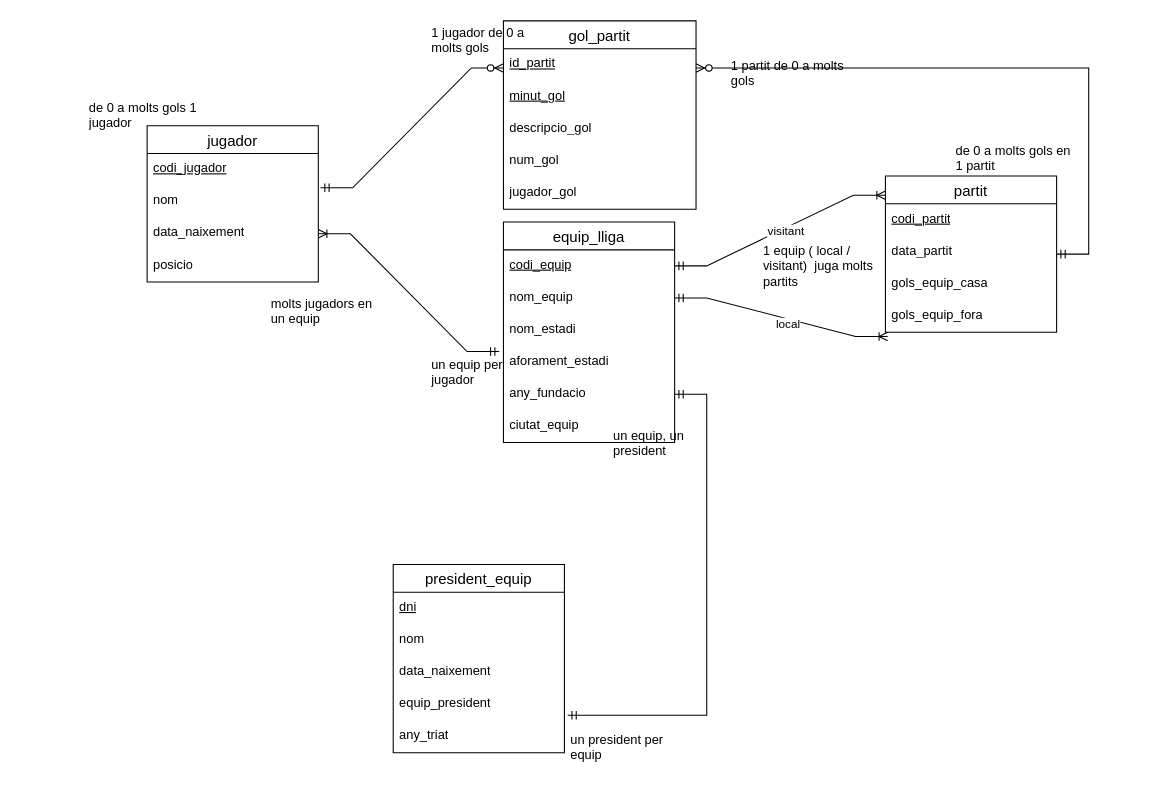
victor06-git/Progam_with_Victor keeps this draw.io diagram as M02_RA2_PT1(1).drawio. Above is the earlier version. Source tidied: cells renumbered, new cells numbered last; positions are measured from the earlier drawing's top-left corner, leaving out a move shared by most shapes. Both pictures are drawn from the tidied source at 107%, with x=0, y=0 at pixel (82, 18).
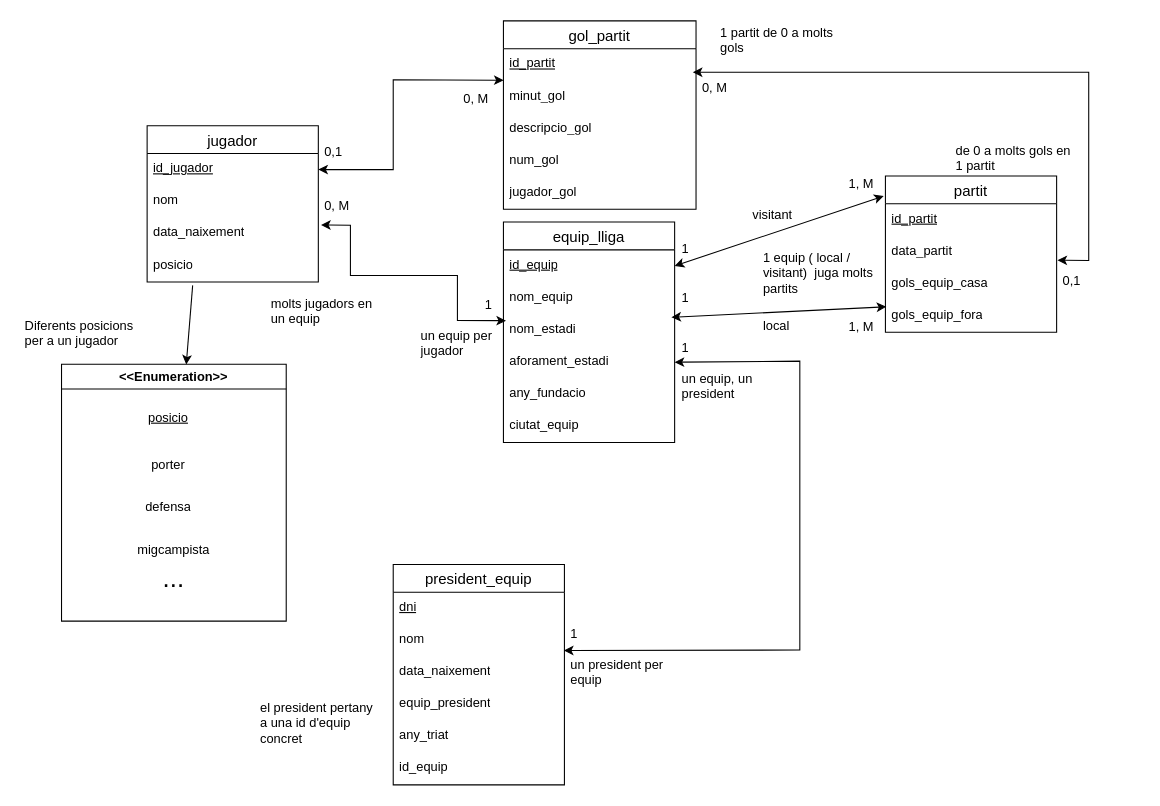
After the change.

The change refers to these unchanged cells:
```xml
<mxCell id="2" value="jugador" style="swimlane;fontStyle=0;horizontal=1;startSize=26;align=center;fontSize=14;" parent="1" vertex="1">
  <mxGeometry x="60" y="100" width="160" height="146" as="geometry" />
</mxCell>
<mxCell id="4" value="nom" style="text;strokeColor=none;fillColor=none;spacingLeft=4;spacingRight=4;overflow=hidden;points=[[0,0.5],[1,0.5]];portConstraint=eastwest;fontSize=12;whiteSpace=wrap;html=1;" parent="2" vertex="1">
  <mxGeometry y="56" width="160" height="30" as="geometry" />
</mxCell>
<mxCell id="5" value="data_naixement" style="text;strokeColor=none;fillColor=none;spacingLeft=4;spacingRight=4;overflow=hidden;points=[[0,0.5],[1,0.5]];portConstraint=eastwest;fontSize=12;whiteSpace=wrap;html=1;" parent="2" vertex="1">
  <mxGeometry y="86" width="160" height="30" as="geometry" />
</mxCell>
<mxCell id="6" value="posicio" style="text;strokeColor=none;fillColor=none;spacingLeft=4;spacingRight=4;overflow=hidden;points=[[0,0.5],[1,0.5]];portConstraint=eastwest;fontSize=12;whiteSpace=wrap;html=1;" parent="2" vertex="1">
  <mxGeometry y="116" width="160" height="30" as="geometry" />
</mxCell>
<mxCell id="7" value="equip_lliga" style="swimlane;fontStyle=0;horizontal=1;startSize=26;align=center;fontSize=14;" parent="1" vertex="1">
  <mxGeometry x="393" y="190" width="160" height="206" as="geometry" />
</mxCell>
<mxCell id="9" value="nom_equip" style="text;strokeColor=none;fillColor=none;spacingLeft=4;spacingRight=4;overflow=hidden;points=[[0,0.5],[1,0.5]];portConstraint=eastwest;fontSize=12;whiteSpace=wrap;html=1;" parent="7" vertex="1">
  <mxGeometry y="56" width="160" height="30" as="geometry" />
</mxCell>
<mxCell id="10" value="nom_estadi" style="text;strokeColor=none;fillColor=none;spacingLeft=4;spacingRight=4;overflow=hidden;points=[[0,0.5],[1,0.5]];portConstraint=eastwest;fontSize=12;whiteSpace=wrap;html=1;" parent="7" vertex="1">
  <mxGeometry y="86" width="160" height="30" as="geometry" />
</mxCell>
<mxCell id="11" value="aforament_estadi" style="text;strokeColor=none;fillColor=none;spacingLeft=4;spacingRight=4;overflow=hidden;points=[[0,0.5],[1,0.5]];portConstraint=eastwest;fontSize=12;whiteSpace=wrap;html=1;" parent="7" vertex="1">
  <mxGeometry y="116" width="160" height="30" as="geometry" />
</mxCell>
<mxCell id="12" value="any_fundacio" style="text;strokeColor=none;fillColor=none;spacingLeft=4;spacingRight=4;overflow=hidden;points=[[0,0.5],[1,0.5]];portConstraint=eastwest;fontSize=12;whiteSpace=wrap;html=1;" parent="7" vertex="1">
  <mxGeometry y="146" width="160" height="30" as="geometry" />
</mxCell>
<mxCell id="14" value="partit" style="swimlane;fontStyle=0;horizontal=1;startSize=26;align=center;fontSize=14;" parent="1" vertex="1">
  <mxGeometry x="750" y="147" width="160" height="146" as="geometry" />
</mxCell>
<mxCell id="16" value="data_partit" style="text;strokeColor=none;fillColor=none;spacingLeft=4;spacingRight=4;overflow=hidden;points=[[0,0.5],[1,0.5]];portConstraint=eastwest;fontSize=12;whiteSpace=wrap;html=1;" parent="14" vertex="1">
  <mxGeometry y="56" width="160" height="30" as="geometry" />
</mxCell>
<mxCell id="18" value="gols_equip_fora" style="text;strokeColor=none;fillColor=none;spacingLeft=4;spacingRight=4;overflow=hidden;points=[[0,0.5],[1,0.5]];portConstraint=eastwest;fontSize=12;whiteSpace=wrap;html=1;" parent="14" vertex="1">
  <mxGeometry y="116" width="160" height="30" as="geometry" />
</mxCell>
<mxCell id="19" value="gol_partit" style="swimlane;fontStyle=0;horizontal=1;startSize=26;align=center;fontSize=14;" parent="1" vertex="1">
  <mxGeometry x="393" y="2" width="180" height="176" as="geometry" />
</mxCell>
<mxCell id="27" value="nom" style="text;strokeColor=none;fillColor=none;spacingLeft=4;spacingRight=4;overflow=hidden;points=[[0,0.5],[1,0.5]];portConstraint=eastwest;fontSize=12;whiteSpace=wrap;html=1;" parent="25" vertex="1">
  <mxGeometry y="56" width="160" height="30" as="geometry" />
</mxCell>
<mxCell id="29" value="equip_president&lt;div&gt;&lt;br&gt;&lt;/div&gt;" style="text;strokeColor=none;fillColor=none;spacingLeft=4;spacingRight=4;overflow=hidden;points=[[0,0.5],[1,0.5]];portConstraint=eastwest;fontSize=12;whiteSpace=wrap;html=1;" parent="25" vertex="1">
  <mxGeometry y="116" width="160" height="30" as="geometry" />
</mxCell>
```

Diff of the diagram source:
```diff
@@
-    <mxCell id="3" value="&lt;u&gt;codi_jugador&lt;/u&gt;" style="text;strokeColor=none;fillColor=none;spacingLeft=4;spacingRight=4;overflow=hidden;points=[[0,0.5],[1,0.5]];portConstraint=eastwest;fontSize=12;whiteSpace=wrap;html=1;" parent="2" vertex="1">
+    <mxCell id="3" value="&lt;u&gt;id_jugador&lt;/u&gt;" style="text;strokeColor=none;fillColor=none;spacingLeft=4;spacingRight=4;overflow=hidden;points=[[0,0.5],[1,0.5]];portConstraint=eastwest;fontSize=12;whiteSpace=wrap;html=1;" parent="2" vertex="1">
       <mxGeometry y="26" width="160" height="30" as="geometry" />
     </mxCell>
@@
-    <mxCell id="8" value="&lt;u&gt;codi_equip&lt;/u&gt;" style="text;strokeColor=none;fillColor=none;spacingLeft=4;spacingRight=4;overflow=hidden;points=[[0,0.5],[1,0.5]];portConstraint=eastwest;fontSize=12;whiteSpace=wrap;html=1;" parent="7" vertex="1">
+    <mxCell id="8" value="&lt;u&gt;id_equip&lt;/u&gt;" style="text;strokeColor=none;fillColor=none;spacingLeft=4;spacingRight=4;overflow=hidden;points=[[0,0.5],[1,0.5]];portConstraint=eastwest;fontSize=12;whiteSpace=wrap;html=1;" parent="7" vertex="1">
       <mxGeometry y="26" width="160" height="30" as="geometry" />
     </mxCell>
@@
-    <mxCell id="15" value="&lt;u&gt;codi_partit&lt;/u&gt;" style="text;strokeColor=none;fillColor=none;spacingLeft=4;spacingRight=4;overflow=hidden;fontSize=12;whiteSpace=wrap;html=1;" parent="14" vertex="1">
+    <mxCell id="15" value="&lt;u&gt;id_partit&lt;/u&gt;" style="text;strokeColor=none;fillColor=none;spacingLeft=4;spacingRight=4;overflow=hidden;fontSize=12;whiteSpace=wrap;html=1;" parent="14" vertex="1">
       <mxGeometry y="26" width="160" height="30" as="geometry" />
     </mxCell>
@@
-    <mxCell id="21" value="&lt;u&gt;minut_gol&lt;/u&gt;" style="text;strokeColor=none;fillColor=none;spacingLeft=4;spacingRight=4;overflow=hidden;points=[[0,0.5],[1,0.5]];portConstraint=eastwest;fontSize=12;whiteSpace=wrap;html=1;" parent="19" vertex="1">
+    <mxCell id="21" value="minut_gol" style="text;strokeColor=none;fillColor=none;spacingLeft=4;spacingRight=4;overflow=hidden;points=[[0,0.5],[1,0.5]];portConstraint=eastwest;fontSize=12;whiteSpace=wrap;html=1;" parent="19" vertex="1">
       <mxGeometry y="56" width="180" height="30" as="geometry" />
     </mxCell>
@@
     <mxCell id="25" value="president_equip" style="swimlane;fontStyle=0;horizontal=1;startSize=26;align=center;fontSize=14;" parent="1" vertex="1">
-      <mxGeometry x="290" y="510" width="160" height="176" as="geometry" />
+      <mxGeometry x="290" y="510" width="160" height="206" as="geometry" />
     </mxCell>
@@
-    <mxCell id="31" style="edgeStyle=entityRelationEdgeStyle;fontSize=12;html=1;endArrow=ERoneToMany;startArrow=ERmandOne;rounded=0;exitX=-0.025;exitY=0.167;exitDx=0;exitDy=0;entryX=1;entryY=0.5;entryDx=0;entryDy=0;exitPerimeter=0;" parent="1" edge="1" source="11" target="5">
-      <mxGeometry relative="1" as="geometry" />
-    </mxCell>
-    <mxCell id="32" style="edgeStyle=entityRelationEdgeStyle;fontSize=12;html=1;endArrow=ERmandOne;startArrow=ERmandOne;rounded=0;entryX=1.019;entryY=0.833;entryDx=0;entryDy=0;entryPerimeter=0;" parent="1" edge="1" source="12" target="29">
-      <mxGeometry relative="1" as="geometry">
-        <Array as="points">
-          <mxPoint x="610" y="420" />
-          <mxPoint x="600" y="540" />
-          <mxPoint x="330" y="420" />
-          <mxPoint x="260" y="450" />
-        </Array>
-      </mxGeometry>
-    </mxCell>
+    <mxCell id="48" value="&lt;div&gt;id_equip&lt;/div&gt;" style="text;strokeColor=none;fillColor=none;spacingLeft=4;spacingRight=4;overflow=hidden;fontSize=12;whiteSpace=wrap;html=1;" parent="25" vertex="1">
+      <mxGeometry y="176" width="160" height="30" as="geometry" />
+    </mxCell>
@@
     <mxCell id="34" value="un equip per jugador" style="text;strokeColor=none;fillColor=none;spacingLeft=4;spacingRight=4;overflow=hidden;fontSize=12;whiteSpace=wrap;html=1;" parent="1" vertex="1">
-      <mxGeometry x="320" y="310" width="120" height="40" as="geometry" />
+      <mxGeometry x="310" y="283" width="120" height="40" as="geometry" />
     </mxCell>
     <mxCell id="35" value="un president per equip" style="text;strokeColor=none;fillColor=none;spacingLeft=4;spacingRight=4;overflow=hidden;fontSize=12;whiteSpace=wrap;html=1;" parent="1" vertex="1">
-      <mxGeometry x="450" y="660" width="120" height="40" as="geometry" />
+      <mxGeometry x="450" y="590" width="120" height="40" as="geometry" />
     </mxCell>
     <mxCell id="36" value="un equip, un president" style="text;strokeColor=none;fillColor=none;spacingLeft=4;spacingRight=4;overflow=hidden;fontSize=12;whiteSpace=wrap;html=1;" parent="1" vertex="1">
-      <mxGeometry x="490" y="376" width="120" height="40" as="geometry" />
+      <mxGeometry x="554" y="323" width="120" height="40" as="geometry" />
     </mxCell>
-    <mxCell id="37" style="edgeStyle=entityRelationEdgeStyle;fontSize=12;html=1;endArrow=ERzeroToMany;startArrow=ERmandOne;rounded=0;exitX=1.013;exitY=0.067;exitDx=0;exitDy=0;exitPerimeter=0;entryX=0;entryY=0.25;entryDx=0;entryDy=0;" parent="1" edge="1" source="4" target="19">
-      <mxGeometry relative="1" as="geometry" />
-    </mxCell>
+    <mxCell id="42" value="1 equip ( local / visitant)&amp;nbsp; juga molts partits" style="text;strokeColor=none;fillColor=none;spacingLeft=4;spacingRight=4;overflow=hidden;fontSize=12;whiteSpace=wrap;html=1;" parent="1" vertex="1">
+      <mxGeometry x="630" y="210" width="120" height="50" as="geometry" />
+    </mxCell>
+    <mxCell id="44" value="1 partit de 0 a molts gols" style="text;strokeColor=none;fillColor=none;spacingLeft=4;spacingRight=4;overflow=hidden;fontSize=12;whiteSpace=wrap;html=1;" parent="1" vertex="1">
+      <mxGeometry x="590" width="120" height="50" as="geometry" />
+    </mxCell>
+    <mxCell id="45" value="de 0 a molts gols en 1 partit" style="text;strokeColor=none;fillColor=none;spacingLeft=4;spacingRight=4;overflow=hidden;fontSize=12;whiteSpace=wrap;html=1;" parent="1" vertex="1">
+      <mxGeometry x="810" y="110" width="120" height="50" as="geometry" />
+    </mxCell>
+    <mxCell id="49" style="endArrow=classic;startArrow=classic;html=1;rounded=0;exitX=1;exitY=0.5;exitDx=0;exitDy=0;entryX=0.001;entryY=-0.018;entryDx=0;entryDy=0;entryPerimeter=0;" parent="1" edge="1" source="3" target="21">
+      <mxGeometry relative="1" as="geometry">
+        <Array as="points">
+          <mxPoint x="290" y="141" />
+          <mxPoint x="290" y="57" />
+        </Array>
+      </mxGeometry>
+    </mxCell>
+    <mxCell id="50" value="0,1" style="text;strokeColor=none;fillColor=none;align=left;verticalAlign=middle;spacingLeft=4;spacingRight=4;overflow=hidden;whiteSpace=wrap;html=1;" parent="1" vertex="1">
+      <mxGeometry x="220" y="110" width="80" height="30" as="geometry" />
+    </mxCell>
+    <mxCell id="51" value="0, M" style="text;strokeColor=none;fillColor=none;align=left;verticalAlign=middle;spacingLeft=4;spacingRight=4;overflow=hidden;whiteSpace=wrap;html=1;" parent="1" vertex="1">
+      <mxGeometry x="350" y="60" width="80" height="30" as="geometry" />
+    </mxCell>
+    <mxCell id="52" style="endArrow=classic;startArrow=classic;html=1;rounded=0;exitX=1.016;exitY=0.225;exitDx=0;exitDy=0;exitPerimeter=0;entryX=0.015;entryY=0.206;entryDx=0;entryDy=0;entryPerimeter=0;" parent="1" edge="1" source="5" target="10">
+      <mxGeometry relative="1" as="geometry">
+        <Array as="points">
+          <mxPoint x="250" y="193" />
+          <mxPoint x="250" y="240" />
+          <mxPoint x="350" y="240" />
+          <mxPoint x="350" y="282" />
+        </Array>
+      </mxGeometry>
+    </mxCell>
+    <mxCell id="53" value="0, M" style="text;strokeColor=none;fillColor=none;align=left;verticalAlign=middle;spacingLeft=4;spacingRight=4;overflow=hidden;whiteSpace=wrap;html=1;" parent="1" vertex="1">
+      <mxGeometry x="220" y="160" width="80" height="30" as="geometry" />
+    </mxCell>
+    <mxCell id="54" value="1" style="text;strokeColor=none;fillColor=none;align=left;verticalAlign=middle;spacingLeft=4;spacingRight=4;overflow=hidden;whiteSpace=wrap;html=1;" parent="1" vertex="1">
+      <mxGeometry x="370" y="253" width="80" height="30" as="geometry" />
+    </mxCell>
+    <mxCell id="55" style="endArrow=classic;startArrow=classic;html=1;rounded=0;exitX=0.997;exitY=0.814;exitDx=0;exitDy=0;exitPerimeter=0;entryX=1;entryY=0.5;entryDx=0;entryDy=0;" parent="1" edge="1" source="27" target="11">
+      <mxGeometry relative="1" as="geometry">
+        <Array as="points">
+          <mxPoint x="670" y="590" />
+          <mxPoint x="670" y="320" />
+        </Array>
+      </mxGeometry>
+    </mxCell>
+    <mxCell id="56" value="1" style="text;strokeColor=none;fillColor=none;align=left;verticalAlign=middle;spacingLeft=4;spacingRight=4;overflow=hidden;whiteSpace=wrap;html=1;" parent="1" vertex="1">
+      <mxGeometry x="554" y="293" width="80" height="30" as="geometry" />
+    </mxCell>
+    <mxCell id="57" value="1" style="text;strokeColor=none;fillColor=none;align=left;verticalAlign=middle;spacingLeft=4;spacingRight=4;overflow=hidden;whiteSpace=wrap;html=1;" parent="1" vertex="1">
+      <mxGeometry x="450" y="560" width="80" height="30" as="geometry" />
+    </mxCell>
+    <mxCell id="58" style="endArrow=classic;startArrow=classic;html=1;rounded=0;entryX=1.005;entryY=0.757;entryDx=0;entryDy=0;entryPerimeter=0;" parent="1" edge="1" target="16">
+      <mxGeometry relative="1" as="geometry">
+        <mxPoint x="570" y="50" as="sourcePoint" />
+        <Array as="points">
+          <mxPoint x="940" y="50" />
+          <mxPoint x="940" y="226" />
+        </Array>
+      </mxGeometry>
+    </mxCell>
+    <mxCell id="59" value="0, M" style="text;strokeColor=none;fillColor=none;align=left;verticalAlign=middle;spacingLeft=4;spacingRight=4;overflow=hidden;whiteSpace=wrap;html=1;" parent="1" vertex="1">
+      <mxGeometry x="573" y="50" width="80" height="30" as="geometry" />
+    </mxCell>
+    <mxCell id="60" value="0,1" style="text;strokeColor=none;fillColor=none;align=left;verticalAlign=middle;spacingLeft=4;spacingRight=4;overflow=hidden;whiteSpace=wrap;html=1;" parent="1" vertex="1">
+      <mxGeometry x="910" y="230" width="80" height="30" as="geometry" />
+    </mxCell>
-    <mxCell id="38" style="edgeStyle=entityRelationEdgeStyle;fontSize=12;html=1;endArrow=ERoneToMany;startArrow=ERmandOne;rounded=0;entryX=0;entryY=0.123;entryDx=0;entryDy=0;entryPerimeter=0;" parent="1" edge="1" source="8" target="14">
+    <mxCell id="38" style="endArrow=classic;startArrow=classic;html=1;rounded=0;exitX=1;exitY=0.5;exitDx=0;exitDy=0;entryX=-0.01;entryY=0.128;entryDx=0;entryDy=0;entryPerimeter=0;" parent="1" edge="1" source="8" target="14">
       <mxGeometry relative="1" as="geometry" />
     </mxCell>
-    <mxCell id="39" value="visitant" style="edgeLabel;html=1;align=center;verticalAlign=middle;" parent="38" vertex="1">
-      <mxGeometry x="0.05" y="-3" relative="1" as="geometry">
-        <mxPoint x="-1" as="offset" />
-      </mxGeometry>
+    <mxCell id="39" value="visitant" style="text;strokeColor=none;fillColor=none;spacingLeft=4;spacingRight=4;overflow=hidden;fontSize=12;whiteSpace=wrap;html=1;" parent="1" vertex="1">
+      <mxGeometry x="620" y="170" width="120" height="50" as="geometry" />
     </mxCell>
-    <mxCell id="40" style="edgeStyle=entityRelationEdgeStyle;fontSize=12;html=1;endArrow=ERoneToMany;startArrow=ERmandOne;rounded=0;entryX=0.013;entryY=1.133;entryDx=0;entryDy=0;entryPerimeter=0;" parent="1" edge="1" source="9" target="18">
-      <mxGeometry relative="1" as="geometry" />
-    </mxCell>
+    <mxCell id="61" value="1" style="text;strokeColor=none;fillColor=none;align=left;verticalAlign=middle;spacingLeft=4;spacingRight=4;overflow=hidden;whiteSpace=wrap;html=1;" parent="1" vertex="1">
+      <mxGeometry x="554" y="200" width="80" height="30" as="geometry" />
+    </mxCell>
+    <mxCell id="62" value="1, M" style="text;strokeColor=none;fillColor=none;align=left;verticalAlign=middle;spacingLeft=4;spacingRight=4;overflow=hidden;whiteSpace=wrap;html=1;" parent="1" vertex="1">
+      <mxGeometry x="710" y="140" width="80" height="30" as="geometry" />
+    </mxCell>
+    <mxCell id="63" style="endArrow=classic;startArrow=classic;html=1;rounded=0;entryX=0.005;entryY=0.208;entryDx=0;entryDy=0;entryPerimeter=0;" parent="1" edge="1" target="18">
+      <mxGeometry relative="1" as="geometry">
+        <mxPoint x="550" y="279" as="sourcePoint" />
+      </mxGeometry>
+    </mxCell>
-    <mxCell id="41" value="local" style="edgeLabel;html=1;align=center;verticalAlign=middle;" parent="40" vertex="1">
-      <mxGeometry x="0.07" y="-5" relative="1" as="geometry" />
+    <mxCell id="41" value="local" style="text;strokeColor=none;fillColor=none;spacingLeft=4;spacingRight=4;overflow=hidden;fontSize=12;whiteSpace=wrap;html=1;" parent="1" vertex="1">
+      <mxGeometry x="630" y="273" width="120" height="50" as="geometry" />
     </mxCell>
-    <mxCell id="42" value="1 equip ( local / visitant)&amp;nbsp; juga molts partits" style="text;strokeColor=none;fillColor=none;spacingLeft=4;spacingRight=4;overflow=hidden;fontSize=12;whiteSpace=wrap;html=1;" parent="1" vertex="1">
-      <mxGeometry x="630" y="203" width="120" height="50" as="geometry" />
-    </mxCell>
-    <mxCell id="43" style="edgeStyle=entityRelationEdgeStyle;fontSize=12;html=1;endArrow=ERzeroToMany;startArrow=ERmandOne;rounded=0;entryX=1;entryY=0.25;entryDx=0;entryDy=0;" parent="1" edge="1" target="19">
-      <mxGeometry relative="1" as="geometry">
-        <mxPoint x="910" y="220" as="sourcePoint" />
-        <Array as="points">
-          <mxPoint x="780" y="70" />
-          <mxPoint x="790" y="30" />
-        </Array>
-      </mxGeometry>
-    </mxCell>
-    <mxCell id="44" value="1 partit de 0 a molts gols" style="text;strokeColor=none;fillColor=none;spacingLeft=4;spacingRight=4;overflow=hidden;fontSize=12;whiteSpace=wrap;html=1;" parent="1" vertex="1">
-      <mxGeometry x="600" y="30" width="120" height="50" as="geometry" />
-    </mxCell>
-    <mxCell id="45" value="de 0 a molts gols en 1 partit" style="text;strokeColor=none;fillColor=none;spacingLeft=4;spacingRight=4;overflow=hidden;fontSize=12;whiteSpace=wrap;html=1;" parent="1" vertex="1">
-      <mxGeometry x="810" y="110" width="120" height="50" as="geometry" />
-    </mxCell>
-    <mxCell id="46" value="1 jugador de 0 a molts gols" style="text;strokeColor=none;fillColor=none;spacingLeft=4;spacingRight=4;overflow=hidden;fontSize=12;whiteSpace=wrap;html=1;" parent="1" vertex="1">
-      <mxGeometry x="320" width="120" height="40" as="geometry" />
-    </mxCell>
-    <mxCell id="47" value="de 0 a molts gols 1 jugador" style="text;strokeColor=none;fillColor=none;spacingLeft=4;spacingRight=4;overflow=hidden;fontSize=12;whiteSpace=wrap;html=1;" parent="1" vertex="1">
-      <mxGeometry y="70" width="120" height="40" as="geometry" />
-    </mxCell>
+    <mxCell id="64" value="1" style="text;strokeColor=none;fillColor=none;align=left;verticalAlign=middle;spacingLeft=4;spacingRight=4;overflow=hidden;whiteSpace=wrap;html=1;" parent="1" vertex="1">
+      <mxGeometry x="554" y="246" width="80" height="30" as="geometry" />
+    </mxCell>
+    <mxCell id="65" value="1, M" style="text;strokeColor=none;fillColor=none;align=left;verticalAlign=middle;spacingLeft=4;spacingRight=4;overflow=hidden;whiteSpace=wrap;html=1;" parent="1" vertex="1">
+      <mxGeometry x="710" y="273" width="80" height="30" as="geometry" />
+    </mxCell>
+    <mxCell id="66" value="el president pertany a una id d'equip concret" style="text;strokeColor=none;fillColor=none;spacingLeft=4;spacingRight=4;overflow=hidden;fontSize=12;whiteSpace=wrap;html=1;" parent="1" vertex="1">
+      <mxGeometry x="160" y="630" width="120" height="60" as="geometry" />
+    </mxCell>
+    <mxCell id="67" value="&amp;lt;&amp;lt;Enumeration&amp;gt;&amp;gt;" style="swimlane;whiteSpace=wrap;html=1;" parent="1" vertex="1">
+      <mxGeometry x="-20" y="323" width="210" height="240" as="geometry" />
+    </mxCell>
+    <mxCell id="68" value="&lt;u&gt;posicio&lt;/u&gt;" style="text;strokeColor=none;fillColor=none;spacingLeft=4;spacingRight=4;overflow=hidden;fontSize=12;whiteSpace=wrap;html=1;align=center;" parent="67" vertex="1">
+      <mxGeometry x="20" y="36" width="160" height="30" as="geometry" />
+    </mxCell>
+    <mxCell id="69" value="porter" style="text;strokeColor=none;fillColor=none;spacingLeft=4;spacingRight=4;overflow=hidden;fontSize=12;whiteSpace=wrap;html=1;align=center;" parent="67" vertex="1">
+      <mxGeometry x="20" y="80" width="160" height="30" as="geometry" />
+    </mxCell>
+    <mxCell id="70" value="defensa" style="text;strokeColor=none;fillColor=none;spacingLeft=4;spacingRight=4;overflow=hidden;fontSize=12;whiteSpace=wrap;html=1;align=center;" parent="67" vertex="1">
+      <mxGeometry x="20" y="120" width="160" height="30" as="geometry" />
+    </mxCell>
+    <mxCell id="71" value="migcampista" style="text;strokeColor=none;fillColor=none;spacingLeft=4;spacingRight=4;overflow=hidden;fontSize=12;whiteSpace=wrap;html=1;align=center;" parent="67" vertex="1">
+      <mxGeometry x="25" y="160" width="160" height="30" as="geometry" />
+    </mxCell>
+    <mxCell id="72" value="&lt;font style=&quot;font-size: 24px;&quot;&gt;...&lt;/font&gt;" style="text;strokeColor=none;fillColor=none;spacingLeft=4;spacingRight=4;overflow=hidden;fontSize=12;whiteSpace=wrap;html=1;align=center;" parent="67" vertex="1">
+      <mxGeometry x="25" y="180" width="160" height="30" as="geometry" />
+    </mxCell>
+    <mxCell id="73" style="endArrow=classic;html=1;rounded=0;exitX=0.266;exitY=1.108;exitDx=0;exitDy=0;exitPerimeter=0;entryX=0.555;entryY=0.001;entryDx=0;entryDy=0;entryPerimeter=0;" parent="1" edge="1" source="6" target="67">
+      <mxGeometry relative="1" as="geometry" />
+    </mxCell>
+    <mxCell id="74" value="Diferents posicions per a un jugador" style="text;strokeColor=none;fillColor=none;spacingLeft=4;spacingRight=4;overflow=hidden;fontSize=12;whiteSpace=wrap;html=1;" parent="1" vertex="1">
+      <mxGeometry x="-60" y="273" width="120" height="40" as="geometry" />
+    </mxCell>
```
